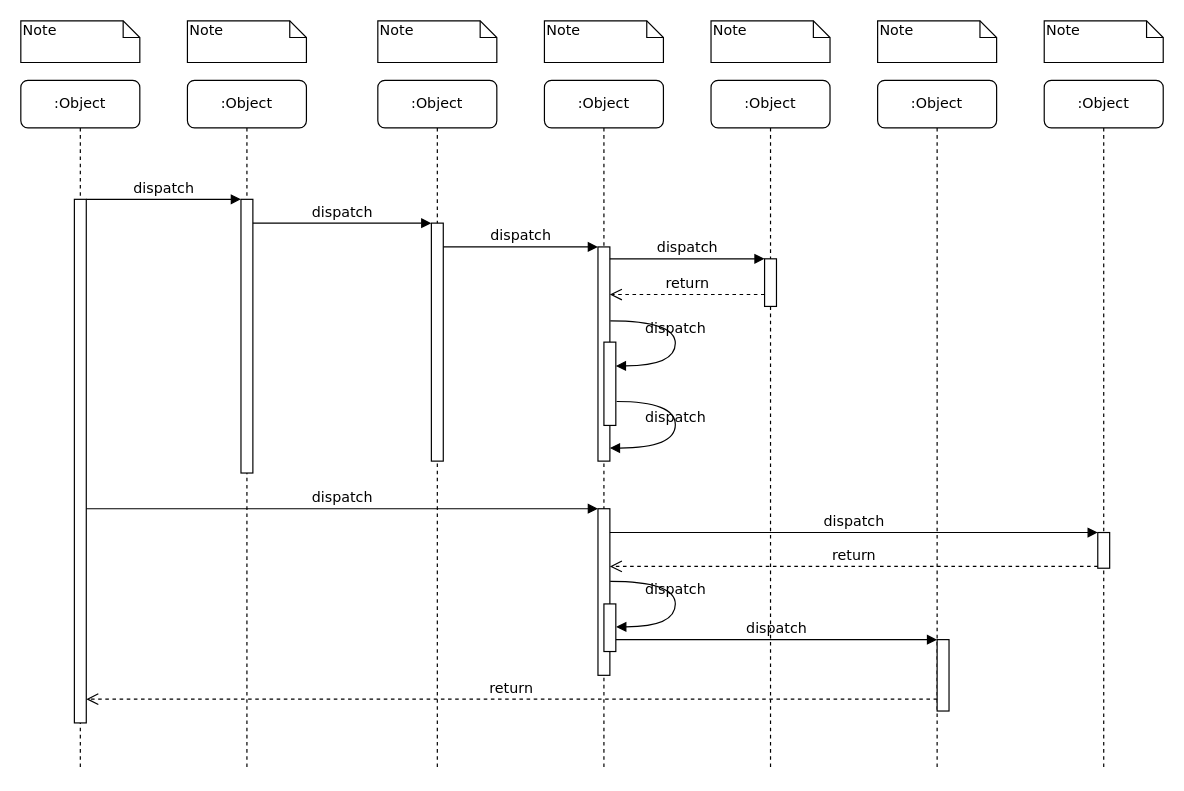
Above: 1.drawio in one-gigabyte/Work (draw.io), before the change. Source tidied: cells renumbered, new cells numbered last; positions are measured from the earlier drawing's top-left corner, leaving out a move shared by most shapes. Both pictures are drawn from the tidied source at 119%, with x=0, y=0 at pixel (20, 20).
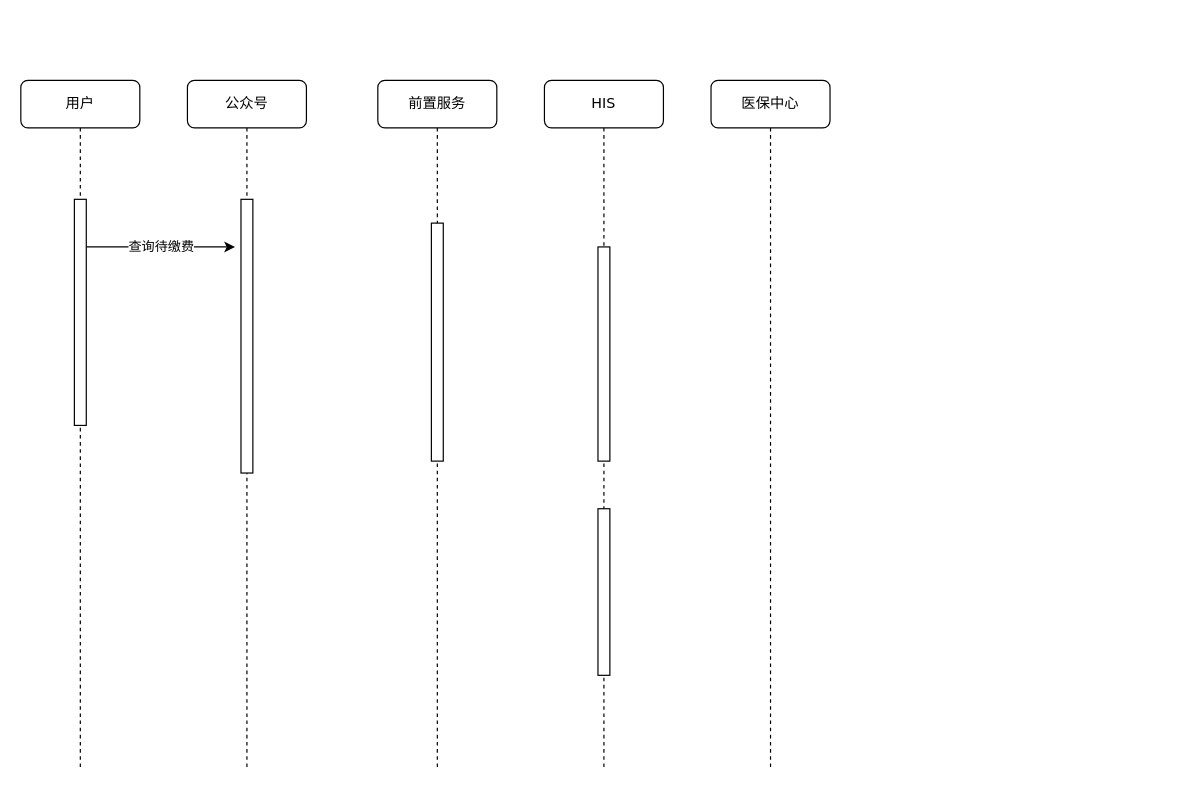
Above is the later version.

The change refers to these unchanged cells:
```xml
<mxCell id="3" style="html=1;points=[];perimeter=orthogonalPerimeter;rounded=0;shadow=0;comic=0;labelBackgroundColor=none;strokeWidth=1;fontFamily=Verdana;fontSize=12;align=center;" parent="2" vertex="1">
  <mxGeometry x="45" y="100" width="10" height="230" as="geometry" />
</mxCell>
<mxCell id="5" style="html=1;points=[];perimeter=orthogonalPerimeter;rounded=0;shadow=0;comic=0;labelBackgroundColor=none;strokeWidth=1;fontFamily=Verdana;fontSize=12;align=center;" parent="4" vertex="1">
  <mxGeometry x="45" y="120" width="10" height="200" as="geometry" />
</mxCell>
<mxCell id="12" style="html=1;points=[];perimeter=orthogonalPerimeter;rounded=0;shadow=0;comic=0;labelBackgroundColor=none;strokeWidth=1;fontFamily=Verdana;fontSize=12;align=center;" parent="1" vertex="1">
  <mxGeometry x="485" y="190" width="10" height="180" as="geometry" />
</mxCell>
<mxCell id="17" style="html=1;points=[];perimeter=orthogonalPerimeter;rounded=0;shadow=0;comic=0;labelBackgroundColor=none;strokeWidth=1;fontFamily=Verdana;fontSize=12;align=center;" parent="1" vertex="1">
  <mxGeometry x="485" y="410" width="10" height="140" as="geometry" />
</mxCell>
```

Diff of the diagram source:
```diff
@@
-    <mxCell id="2" value=":Object" style="shape=umlLifeline;perimeter=lifelinePerimeter;whiteSpace=wrap;html=1;rounded=1;shadow=0;comic=0;labelBackgroundColor=none;strokeWidth=1;fontFamily=Verdana;fontSize=12;align=center;" parent="1" vertex="1">
+    <mxCell id="2" value="公众号" style="shape=umlLifeline;perimeter=lifelinePerimeter;whiteSpace=wrap;html=1;rounded=1;shadow=0;comic=0;labelBackgroundColor=none;strokeWidth=1;fontFamily=Verdana;fontSize=12;align=center;" parent="1" vertex="1">
       <mxGeometry x="140" y="50" width="100" height="580" as="geometry" />
     </mxCell>
@@
-    <mxCell id="4" value=":Object" style="shape=umlLifeline;perimeter=lifelinePerimeter;whiteSpace=wrap;html=1;rounded=1;shadow=0;comic=0;labelBackgroundColor=none;strokeWidth=1;fontFamily=Verdana;fontSize=12;align=center;" parent="1" vertex="1">
+    <mxCell id="4" value="前置服务" style="shape=umlLifeline;perimeter=lifelinePerimeter;whiteSpace=wrap;html=1;rounded=1;shadow=0;comic=0;labelBackgroundColor=none;strokeWidth=1;fontFamily=Verdana;fontSize=12;align=center;" parent="1" vertex="1">
       <mxGeometry x="300" y="50" width="100" height="580" as="geometry" />
     </mxCell>
@@
-    <mxCell id="6" value=":Object" style="shape=umlLifeline;perimeter=lifelinePerimeter;whiteSpace=wrap;html=1;rounded=1;shadow=0;comic=0;labelBackgroundColor=none;strokeWidth=1;fontFamily=Verdana;fontSize=12;align=center;" parent="1" vertex="1">
+    <mxCell id="6" value="HIS" style="shape=umlLifeline;perimeter=lifelinePerimeter;whiteSpace=wrap;html=1;rounded=1;shadow=0;comic=0;labelBackgroundColor=none;strokeWidth=1;fontFamily=Verdana;fontSize=12;align=center;" parent="1" vertex="1">
       <mxGeometry x="440" y="50" width="100" height="580" as="geometry" />
     </mxCell>
-    <mxCell id="7" value=":Object" style="shape=umlLifeline;perimeter=lifelinePerimeter;whiteSpace=wrap;html=1;rounded=1;shadow=0;comic=0;labelBackgroundColor=none;strokeWidth=1;fontFamily=Verdana;fontSize=12;align=center;" parent="1" vertex="1">
-      <mxGeometry x="580" y="50" width="100" height="580" as="geometry" />
-    </mxCell>
-    <mxCell id="8" value=":Object" style="shape=umlLifeline;perimeter=lifelinePerimeter;whiteSpace=wrap;html=1;rounded=1;shadow=0;comic=0;labelBackgroundColor=none;strokeWidth=1;fontFamily=Verdana;fontSize=12;align=center;" parent="1" vertex="1">
-      <mxGeometry x="720" y="50" width="100" height="580" as="geometry" />
-    </mxCell>
-    <mxCell id="9" value=":Object" style="shape=umlLifeline;perimeter=lifelinePerimeter;whiteSpace=wrap;html=1;rounded=1;shadow=0;comic=0;labelBackgroundColor=none;strokeWidth=1;fontFamily=Verdana;fontSize=12;align=center;" parent="1" vertex="1">
-      <mxGeometry x="860" y="50" width="100" height="580" as="geometry" />
-    </mxCell>
-    <mxCell id="10" value=":Object" style="shape=umlLifeline;perimeter=lifelinePerimeter;whiteSpace=wrap;html=1;rounded=1;shadow=0;comic=0;labelBackgroundColor=none;strokeWidth=1;fontFamily=Verdana;fontSize=12;align=center;" parent="1" vertex="1">
+    <mxCell id="10" value="用户" style="shape=umlLifeline;perimeter=lifelinePerimeter;whiteSpace=wrap;html=1;rounded=1;shadow=0;comic=0;labelBackgroundColor=none;strokeWidth=1;fontFamily=Verdana;fontSize=12;align=center;" parent="1" vertex="1">
       <mxGeometry y="50" width="100" height="580" as="geometry" />
     </mxCell>
     <mxCell id="11" style="html=1;points=[];perimeter=orthogonalPerimeter;rounded=0;shadow=0;comic=0;labelBackgroundColor=none;strokeWidth=1;fontFamily=Verdana;fontSize=12;align=center;" parent="10" vertex="1">
-      <mxGeometry x="45" y="100" width="10" height="440" as="geometry" />
+      <mxGeometry x="45" y="100" width="10" height="190" as="geometry" />
     </mxCell>
+    <mxCell id="39" value="查询待缴费" style="endArrow=classic;html=1;rounded=0;" parent="10" edge="1">
+      <mxGeometry relative="1" as="geometry">
+        <mxPoint x="55" y="140" as="sourcePoint" />
+        <mxPoint x="180" y="140" as="targetPoint" />
+      </mxGeometry>
+    </mxCell>
@@
-    <mxCell id="13" value="dispatch" style="html=1;verticalAlign=bottom;endArrow=block;labelBackgroundColor=none;fontFamily=Verdana;fontSize=12;edgeStyle=elbowEdgeStyle;elbow=vertical;" parent="1" edge="1" source="5" target="12">
-      <mxGeometry relative="1" as="geometry">
-        <Array as="points">
-          <mxPoint x="360" y="190" />
-        </Array>
-      </mxGeometry>
-    </mxCell>
-    <mxCell id="14" style="html=1;points=[];perimeter=orthogonalPerimeter;rounded=0;shadow=0;comic=0;labelBackgroundColor=none;strokeWidth=1;fontFamily=Verdana;fontSize=12;align=center;" parent="1" vertex="1">
-      <mxGeometry x="625" y="200" width="10" height="40" as="geometry" />
-    </mxCell>
-    <mxCell id="15" value="dispatch" style="html=1;verticalAlign=bottom;endArrow=block;entryX=0;entryY=0;labelBackgroundColor=none;fontFamily=Verdana;fontSize=12;edgeStyle=elbowEdgeStyle;elbow=vertical;" parent="1" edge="1" source="12" target="14">
-      <mxGeometry relative="1" as="geometry" />
-    </mxCell>
-    <mxCell id="16" value="return" style="html=1;verticalAlign=bottom;endArrow=open;dashed=1;endSize=8;labelBackgroundColor=none;fontFamily=Verdana;fontSize=12;edgeStyle=elbowEdgeStyle;elbow=vertical;" parent="1" edge="1" source="14" target="12">
-      <mxGeometry relative="1" as="geometry">
-        <Array as="points">
-          <mxPoint x="570" y="230" />
-          <mxPoint x="600" y="230" />
-        </Array>
-      </mxGeometry>
-    </mxCell>
@@
-    <mxCell id="18" value="dispatch" style="html=1;verticalAlign=bottom;endArrow=block;entryX=0;entryY=0;labelBackgroundColor=none;fontFamily=Verdana;fontSize=12;" parent="1" edge="1" source="11" target="17">
-      <mxGeometry relative="1" as="geometry" />
-    </mxCell>
-    <mxCell id="19" style="html=1;points=[];perimeter=orthogonalPerimeter;rounded=0;shadow=0;comic=0;labelBackgroundColor=none;strokeColor=#000000;strokeWidth=1;fillColor=#FFFFFF;fontFamily=Verdana;fontSize=12;fontColor=#000000;align=center;" parent="1" vertex="1">
-      <mxGeometry x="905" y="430" width="10" height="30" as="geometry" />
-    </mxCell>
-    <mxCell id="20" value="dispatch" style="html=1;verticalAlign=bottom;endArrow=block;entryX=0;entryY=0;labelBackgroundColor=none;fontFamily=Verdana;fontSize=12;" parent="1" edge="1" source="17" target="19">
-      <mxGeometry relative="1" as="geometry" />
-    </mxCell>
-    <mxCell id="21" value="return" style="html=1;verticalAlign=bottom;endArrow=open;dashed=1;endSize=8;exitX=0;exitY=0.95;labelBackgroundColor=none;fontFamily=Verdana;fontSize=12;" parent="1" edge="1" source="19" target="17">
-      <mxGeometry relative="1" as="geometry" />
-    </mxCell>
-    <mxCell id="22" style="html=1;points=[];perimeter=orthogonalPerimeter;rounded=0;shadow=0;comic=0;labelBackgroundColor=none;strokeWidth=1;fontFamily=Verdana;fontSize=12;align=center;" parent="1" vertex="1">
-      <mxGeometry x="770" y="520" width="10" height="60" as="geometry" />
-    </mxCell>
-    <mxCell id="23" value="dispatch" style="html=1;verticalAlign=bottom;endArrow=block;entryX=0;entryY=0;labelBackgroundColor=none;fontFamily=Verdana;fontSize=12;edgeStyle=elbowEdgeStyle;elbow=vertical;" parent="1" edge="1" source="30" target="22">
-      <mxGeometry relative="1" as="geometry" />
-    </mxCell>
-    <mxCell id="24" value="return" style="html=1;verticalAlign=bottom;endArrow=open;dashed=1;endSize=8;labelBackgroundColor=none;fontFamily=Verdana;fontSize=12;edgeStyle=elbowEdgeStyle;elbow=vertical;" parent="1" edge="1" source="22" target="11">
-      <mxGeometry relative="1" as="geometry">
-        <Array as="points">
-          <mxPoint x="470" y="570" />
-        </Array>
-      </mxGeometry>
-    </mxCell>
-    <mxCell id="25" value="dispatch" style="html=1;verticalAlign=bottom;endArrow=block;entryX=0;entryY=0;labelBackgroundColor=none;fontFamily=Verdana;fontSize=12;edgeStyle=elbowEdgeStyle;elbow=vertical;" parent="1" edge="1" source="11" target="3">
-      <mxGeometry relative="1" as="geometry" />
-    </mxCell>
-    <mxCell id="26" value="dispatch" style="html=1;verticalAlign=bottom;endArrow=block;entryX=0;entryY=0;labelBackgroundColor=none;fontFamily=Verdana;fontSize=12;edgeStyle=elbowEdgeStyle;elbow=vertical;" parent="1" edge="1" source="3" target="5">
-      <mxGeometry relative="1" as="geometry" />
-    </mxCell>
-    <mxCell id="27" style="html=1;points=[];perimeter=orthogonalPerimeter;rounded=0;shadow=0;comic=0;labelBackgroundColor=none;strokeWidth=1;fontFamily=Verdana;fontSize=12;align=center;" parent="1" vertex="1">
-      <mxGeometry x="490" y="270" width="10" height="70" as="geometry" />
-    </mxCell>
-    <mxCell id="28" value="dispatch" style="html=1;verticalAlign=bottom;endArrow=block;labelBackgroundColor=none;fontFamily=Verdana;fontSize=12;elbow=vertical;edgeStyle=orthogonalEdgeStyle;curved=1;entryX=1;entryY=0.286;entryPerimeter=0;exitX=1.038;exitY=0.345;exitPerimeter=0;" parent="1" edge="1" source="12" target="27">
-      <mxGeometry relative="1" as="geometry">
-        <Array as="points">
-          <mxPoint x="550" y="252" />
-          <mxPoint x="550" y="290" />
-        </Array>
-      </mxGeometry>
-    </mxCell>
-    <mxCell id="29" value="dispatch" style="html=1;verticalAlign=bottom;endArrow=block;labelBackgroundColor=none;fontFamily=Verdana;fontSize=12;elbow=vertical;edgeStyle=orthogonalEdgeStyle;curved=1;exitX=1.066;exitY=0.713;exitPerimeter=0;" parent="1" edge="1" source="27">
-      <mxGeometry relative="1" as="geometry">
-        <mxPoint x="495" y="359" as="targetPoint" />
-        <Array as="points">
-          <mxPoint x="550" y="320" />
-          <mxPoint x="550" y="359" />
-        </Array>
-      </mxGeometry>
-    </mxCell>
-    <mxCell id="30" style="html=1;points=[];perimeter=orthogonalPerimeter;rounded=0;shadow=0;comic=0;labelBackgroundColor=none;strokeWidth=1;fontFamily=Verdana;fontSize=12;align=center;" parent="1" vertex="1">
-      <mxGeometry x="490" y="490" width="10" height="40" as="geometry" />
-    </mxCell>
-    <mxCell id="31" value="dispatch" style="html=1;verticalAlign=bottom;endArrow=block;labelBackgroundColor=none;fontFamily=Verdana;fontSize=12;elbow=vertical;edgeStyle=orthogonalEdgeStyle;curved=1;entryX=1;entryY=0.286;entryPerimeter=0;exitX=1.038;exitY=0.345;exitPerimeter=0;" parent="1" edge="1">
-      <mxGeometry relative="1" as="geometry">
-        <mxPoint x="495.3" y="471" as="sourcePoint" />
-        <mxPoint x="500.3" y="509.3" as="targetPoint" />
-        <Array as="points">
-          <mxPoint x="550" y="471" />
-          <mxPoint x="550" y="509" />
-        </Array>
-      </mxGeometry>
-    </mxCell>
-    <mxCell id="32" value="Note" style="shape=note;whiteSpace=wrap;html=1;size=14;verticalAlign=top;align=left;spacingTop=-6;rounded=0;shadow=0;comic=0;labelBackgroundColor=none;strokeWidth=1;fontFamily=Verdana;fontSize=12;" parent="1" vertex="1">
-      <mxGeometry width="100" height="35" as="geometry" />
-    </mxCell>
-    <mxCell id="33" value="Note" style="shape=note;whiteSpace=wrap;html=1;size=14;verticalAlign=top;align=left;spacingTop=-6;rounded=0;shadow=0;comic=0;labelBackgroundColor=none;strokeWidth=1;fontFamily=Verdana;fontSize=12;" parent="1" vertex="1">
-      <mxGeometry x="140" width="100" height="35" as="geometry" />
-    </mxCell>
-    <mxCell id="34" value="Note" style="shape=note;whiteSpace=wrap;html=1;size=14;verticalAlign=top;align=left;spacingTop=-6;rounded=0;shadow=0;comic=0;labelBackgroundColor=none;strokeWidth=1;fontFamily=Verdana;fontSize=12;" parent="1" vertex="1">
-      <mxGeometry x="300" width="100" height="35" as="geometry" />
-    </mxCell>
-    <mxCell id="35" value="Note" style="shape=note;whiteSpace=wrap;html=1;size=14;verticalAlign=top;align=left;spacingTop=-6;rounded=0;shadow=0;comic=0;labelBackgroundColor=none;strokeWidth=1;fontFamily=Verdana;fontSize=12;" parent="1" vertex="1">
-      <mxGeometry x="440" width="100" height="35" as="geometry" />
-    </mxCell>
-    <mxCell id="36" value="Note" style="shape=note;whiteSpace=wrap;html=1;size=14;verticalAlign=top;align=left;spacingTop=-6;rounded=0;shadow=0;comic=0;labelBackgroundColor=none;strokeWidth=1;fontFamily=Verdana;fontSize=12;" parent="1" vertex="1">
-      <mxGeometry x="580" width="100" height="35" as="geometry" />
-    </mxCell>
-    <mxCell id="37" value="Note" style="shape=note;whiteSpace=wrap;html=1;size=14;verticalAlign=top;align=left;spacingTop=-6;rounded=0;shadow=0;comic=0;labelBackgroundColor=none;strokeWidth=1;fontFamily=Verdana;fontSize=12;" parent="1" vertex="1">
-      <mxGeometry x="720" width="100" height="35" as="geometry" />
-    </mxCell>
-    <mxCell id="38" value="Note" style="shape=note;whiteSpace=wrap;html=1;size=14;verticalAlign=top;align=left;spacingTop=-6;rounded=0;shadow=0;comic=0;labelBackgroundColor=none;strokeWidth=1;fontFamily=Verdana;fontSize=12;" parent="1" vertex="1">
-      <mxGeometry x="860" width="100" height="35" as="geometry" />
-    </mxCell>
+    <mxCell id="40" value="医保中心" style="shape=umlLifeline;perimeter=lifelinePerimeter;whiteSpace=wrap;html=1;rounded=1;shadow=0;comic=0;labelBackgroundColor=none;strokeWidth=1;fontFamily=Verdana;fontSize=12;align=center;" parent="1" vertex="1">
+      <mxGeometry x="580" y="50" width="100" height="580" as="geometry" />
+    </mxCell>
```
